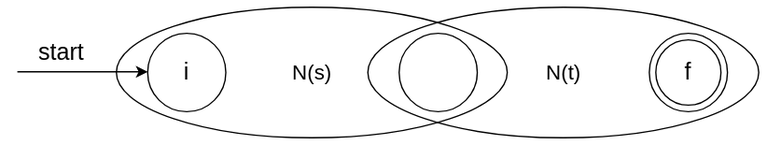
Before: post/Implementation of a regular expression engine/image/thompson-2.svg, a diagram exported from draw.io (liuyunplus/yun-blog-builder). Source tidied: cells renumbered, new cells last; positions are measured from the earlier drawing's top-left corner, leaving out a move shared by most shapes.
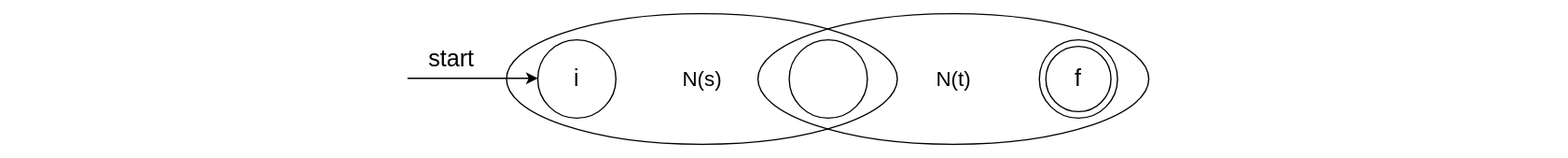
After the change.

The edit, as a diff of the source:
```diff
@@ -2,8 +2,14 @@
   <root>
     <mxCell id="0" />
     <mxCell id="1" parent="0" />
+    <mxCell id="16" style="rounded=0;whiteSpace=wrap;html=1;strokeColor=none;" parent="1" vertex="1">
+      <mxGeometry x="-311" y="-10" width="1200" height="120" as="geometry" />
+    </mxCell>
+    <mxCell id="17" style="group;" parent="1" vertex="1">
+      <mxGeometry x="9" width="560" height="100" as="geometry" />
+    </mxCell>
-    <mxCell id="2" style="group;" parent="1" vertex="1">
-      <mxGeometry x="269" width="300" height="100" as="geometry" />
+    <mxCell id="2" style="group;" parent="17" vertex="1">
+      <mxGeometry x="260" width="300" height="100" as="geometry" />
     </mxCell>
     <mxCell id="3" style="ellipse;whiteSpace=wrap;html=1;fillColor=none;" parent="2" vertex="1">
       <mxGeometry width="300" height="100" as="geometry" />
@@ -26,8 +32,8 @@
     <mxCell id="9" style="ellipse;whiteSpace=wrap;html=1;" parent="5" vertex="1">
       <mxGeometry width="60" height="60" as="geometry" />
     </mxCell>
-    <mxCell id="10" style="group;" parent="1" vertex="1">
-      <mxGeometry x="76" width="300" height="100" as="geometry" />
+    <mxCell id="10" style="group;" parent="17" vertex="1">
+      <mxGeometry x="67" width="300" height="100" as="geometry" />
     </mxCell>
     <mxCell id="11" style="ellipse;whiteSpace=wrap;html=1;fillColor=none;" parent="10" vertex="1">
       <mxGeometry width="300" height="100" as="geometry" />
@@ -44,8 +50,8 @@
         <mxPoint x="24" y="49.5" as="targetPoint" />
       </mxGeometry>
     </mxCell>
-    <mxCell id="15" value="&lt;font style=&quot;font-size: 18px&quot;&gt;start&lt;/font&gt;" style="text;html=1;strokeColor=none;fillColor=none;align=center;verticalAlign=middle;whiteSpace=wrap;rounded=0;" parent="1" vertex="1">
-      <mxGeometry x="9" y="20" width="50" height="30" as="geometry" />
+    <mxCell id="15" value="&lt;font style=&quot;font-size: 18px&quot;&gt;start&lt;/font&gt;" style="text;html=1;strokeColor=none;fillColor=none;align=center;verticalAlign=middle;whiteSpace=wrap;rounded=0;" parent="17" vertex="1">
+      <mxGeometry y="20" width="50" height="30" as="geometry" />
     </mxCell>
   </root>
 </mxGraphModel>
```
